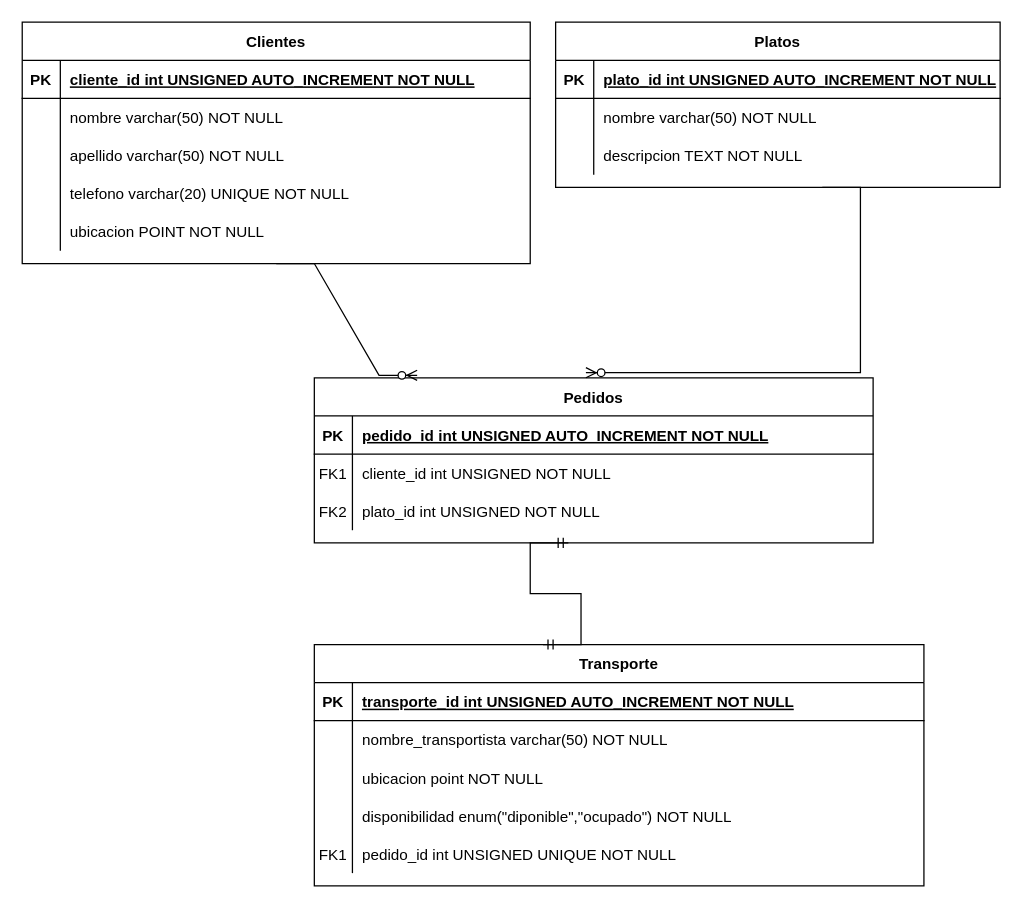
Earlier version of the draw.io diagram fisico_pedidos.drawio (Marcelo-Osorio/Diagrams). Source tidied: cells renumbered, new cells numbered last; positions are measured from the earlier drawing's top-left corner, leaving out a move shared by most shapes. Both pictures are drawn from the tidied source at 127%, with x=0, y=0 at pixel (22, 22).
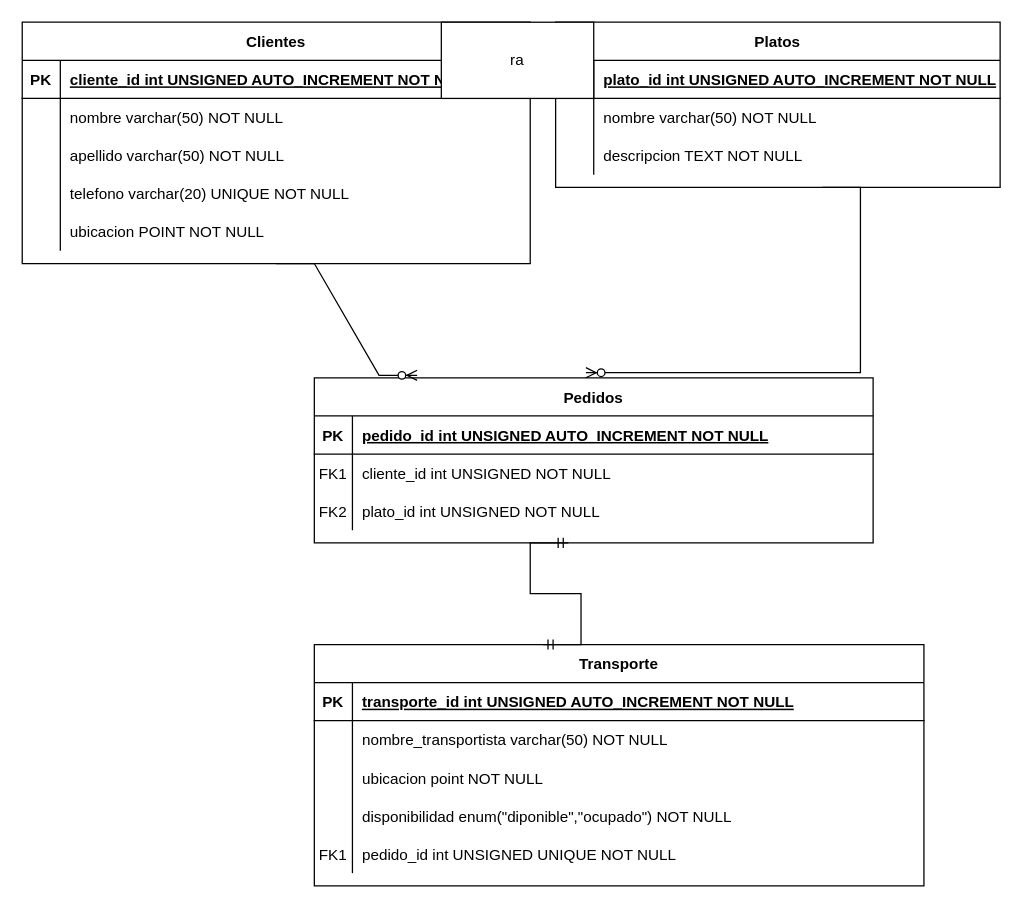
The same diagram, later.

Diff of the diagram source:
```diff
@@
+    <mxCell id="57" value="ra" style="whiteSpace=wrap;html=1;" parent="1" vertex="1">
+      <mxGeometry x="330" width="120" height="60" as="geometry" />
+    </mxCell>
```
